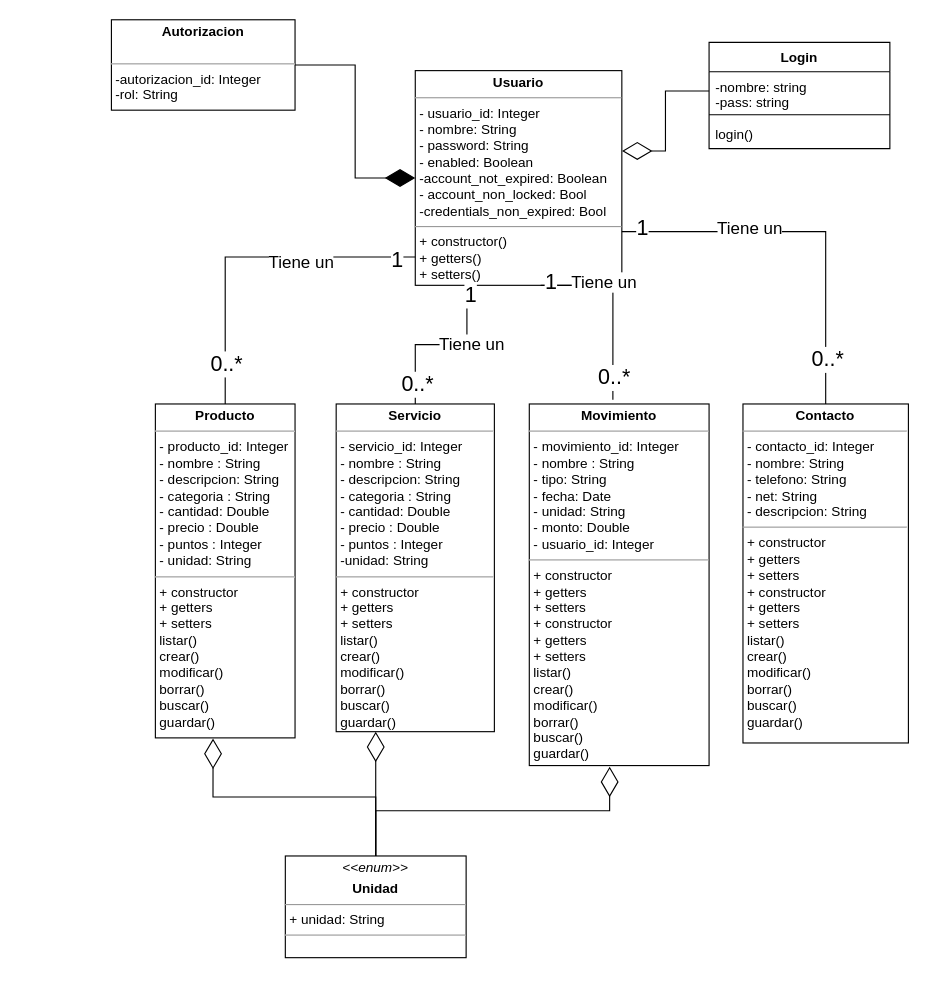
JazminFeliu/APITreeeco keeps this draw.io diagram as page "DETALLE" (2 of 2) of UML TREEECO.drawio. Above is the earlier version. Source tidied: cells renumbered, new cells numbered last; positions are measured from the earlier drawing's top-left corner, leaving out a move shared by most shapes. Both pictures are drawn from the tidied source at 113%, with x=0, y=0 at pixel (111, 19).
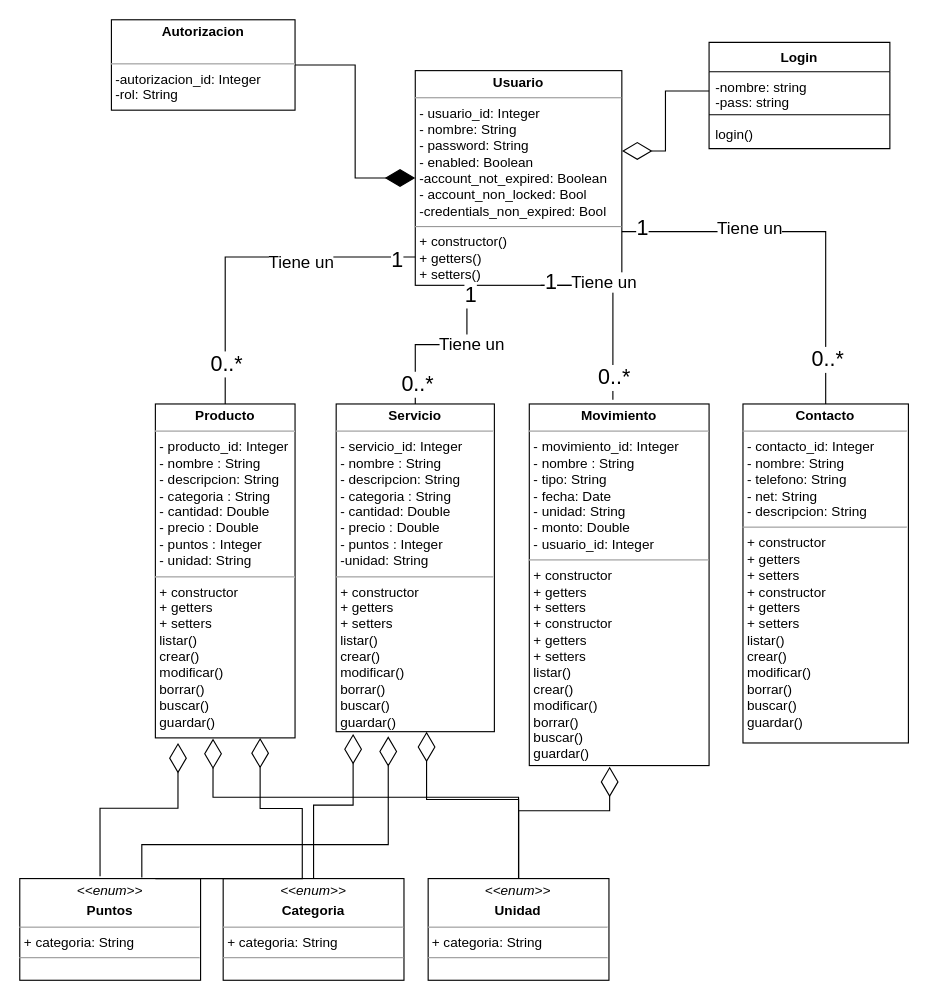
Above is the later version.

Commit message:
Sumo Enums UML TREEECO.drawio

Unchanged cells that the change refers to:
```xml
<mxCell id="4" value="&lt;p style=&quot;margin: 0px ; margin-top: 4px ; text-align: center&quot;&gt;&lt;b&gt;Producto&lt;/b&gt;&lt;/p&gt;&lt;hr size=&quot;1&quot;&gt;&lt;p style=&quot;margin: 0px ; margin-left: 4px&quot;&gt;- producto_id: Integer&lt;/p&gt;&lt;p style=&quot;margin: 0px ; margin-left: 4px&quot;&gt;- nombre : String&lt;/p&gt;&lt;p style=&quot;margin: 0px ; margin-left: 4px&quot;&gt;- descripcion: String&lt;/p&gt;&lt;p style=&quot;margin: 0px ; margin-left: 4px&quot;&gt;- categoria : String&lt;/p&gt;&lt;p style=&quot;margin: 0px ; margin-left: 4px&quot;&gt;-&amp;nbsp;&lt;span&gt;cantidad: Double&lt;/span&gt;&lt;/p&gt;&lt;p style=&quot;margin: 0px ; margin-left: 4px&quot;&gt;- precio : Double&lt;/p&gt;&lt;p style=&quot;margin: 0px ; margin-left: 4px&quot;&gt;- puntos : Integer&lt;br&gt;&lt;/p&gt;&lt;p style=&quot;margin: 0px ; margin-left: 4px&quot;&gt;- unidad: String&lt;/p&gt;&lt;hr size=&quot;1&quot;&gt;&lt;p style=&quot;margin: 0px ; margin-left: 4px&quot;&gt;+ constructor&amp;nbsp;&lt;/p&gt;&lt;p style=&quot;margin: 0px ; margin-left: 4px&quot;&gt;+ getters&lt;/p&gt;&lt;p style=&quot;margin: 0px ; margin-left: 4px&quot;&gt;+ setters&lt;/p&gt;&lt;p style=&quot;margin: 0px ; margin-left: 4px&quot;&gt;&lt;span&gt;listar()&lt;/span&gt;&lt;br&gt;&lt;/p&gt;&lt;p style=&quot;margin: 0px 0px 0px 4px&quot;&gt;crear()&lt;/p&gt;&lt;p style=&quot;margin: 0px 0px 0px 4px&quot;&gt;modificar()&lt;/p&gt;&lt;p style=&quot;margin: 0px 0px 0px 4px&quot;&gt;borrar()&lt;/p&gt;&lt;p style=&quot;margin: 0px 0px 0px 4px&quot;&gt;buscar()&lt;/p&gt;&lt;p style=&quot;margin: 0px 0px 0px 4px&quot;&gt;guardar()&lt;/p&gt;" style="verticalAlign=top;align=left;overflow=fill;fontSize=12;fontFamily=Helvetica;html=1;" parent="1" vertex="1">
  <mxGeometry x="39" y="340" width="123.6" height="295.5" as="geometry" />
</mxCell>
<mxCell id="5" value="&lt;p style=&quot;margin: 0px ; margin-top: 4px ; text-align: center&quot;&gt;&lt;b&gt;Servicio&lt;/b&gt;&lt;/p&gt;&lt;hr size=&quot;1&quot;&gt;&lt;p style=&quot;margin: 0px ; margin-left: 4px&quot;&gt;- servicio_id: Integer&lt;/p&gt;&lt;p style=&quot;margin: 0px ; margin-left: 4px&quot;&gt;- nombre : String&lt;/p&gt;&lt;p style=&quot;margin: 0px ; margin-left: 4px&quot;&gt;- descripcion: String&lt;/p&gt;&lt;p style=&quot;margin: 0px ; margin-left: 4px&quot;&gt;- categoria : String&lt;/p&gt;&lt;p style=&quot;margin: 0px ; margin-left: 4px&quot;&gt;&lt;span&gt;- cantidad: Double&lt;/span&gt;&lt;br&gt;&lt;/p&gt;&lt;p style=&quot;margin: 0px ; margin-left: 4px&quot;&gt;- precio : Doubl&lt;span&gt;e&lt;/span&gt;&lt;/p&gt;&lt;p style=&quot;margin: 0px ; margin-left: 4px&quot;&gt;- puntos : Integer&lt;span&gt;&lt;br&gt;&lt;/span&gt;&lt;/p&gt;&lt;p style=&quot;margin: 0px ; margin-left: 4px&quot;&gt;-unidad: String&lt;/p&gt;&lt;hr size=&quot;1&quot;&gt;&lt;p style=&quot;margin: 0px 0px 0px 4px&quot;&gt;+ constructor&amp;nbsp;&lt;/p&gt;&lt;p style=&quot;margin: 0px 0px 0px 4px&quot;&gt;+ getters&lt;/p&gt;&lt;p style=&quot;margin: 0px 0px 0px 4px&quot;&gt;+ setters&lt;/p&gt;&lt;p style=&quot;margin: 0px 0px 0px 4px&quot;&gt;l&lt;span&gt;istar()&lt;/span&gt;&lt;/p&gt;&lt;p style=&quot;margin: 0px 0px 0px 4px&quot;&gt;crear()&lt;/p&gt;&lt;p style=&quot;margin: 0px 0px 0px 4px&quot;&gt;modificar()&lt;/p&gt;&lt;p style=&quot;margin: 0px 0px 0px 4px&quot;&gt;borrar()&lt;/p&gt;&lt;p style=&quot;margin: 0px 0px 0px 4px&quot;&gt;buscar()&lt;/p&gt;&lt;p style=&quot;margin: 0px 0px 0px 4px&quot;&gt;guardar()&lt;/p&gt;&lt;p style=&quot;margin: 0px ; margin-left: 4px&quot;&gt;&lt;br&gt;&lt;/p&gt;" style="verticalAlign=top;align=left;overflow=fill;fontSize=12;fontFamily=Helvetica;html=1;" parent="1" vertex="1">
  <mxGeometry x="199" y="340" width="140" height="290" as="geometry" />
</mxCell>
<mxCell id="6" value="&lt;p style=&quot;margin: 0px ; margin-top: 4px ; text-align: center&quot;&gt;&lt;b&gt;Movimiento&lt;/b&gt;&lt;/p&gt;&lt;hr size=&quot;1&quot;&gt;&lt;p style=&quot;margin: 0px ; margin-left: 4px&quot;&gt;- movimiento_id: Integer&lt;/p&gt;&lt;p style=&quot;margin: 0px ; margin-left: 4px&quot;&gt;- nombre : String&lt;/p&gt;&lt;p style=&quot;margin: 0px ; margin-left: 4px&quot;&gt;- tipo: String&lt;br&gt;&lt;/p&gt;&lt;p style=&quot;margin: 0px ; margin-left: 4px&quot;&gt;- fecha: Date&lt;/p&gt;&lt;p style=&quot;margin: 0px ; margin-left: 4px&quot;&gt;- unidad: String&lt;/p&gt;&lt;p style=&quot;margin: 0px ; margin-left: 4px&quot;&gt;- monto: Double&lt;/p&gt;&lt;p style=&quot;margin: 0px ; margin-left: 4px&quot;&gt;- usuario_id: Integer&lt;/p&gt;&lt;hr size=&quot;1&quot;&gt;&lt;p style=&quot;margin: 0px ; margin-left: 4px&quot;&gt;+ constructor&amp;nbsp;&lt;/p&gt;&lt;p style=&quot;margin: 0px ; margin-left: 4px&quot;&gt;+ getters&lt;/p&gt;&lt;p style=&quot;margin: 0px ; margin-left: 4px&quot;&gt;+ setters&lt;/p&gt;&lt;p style=&quot;margin: 0px 0px 0px 4px&quot;&gt;+ constructor&amp;nbsp;&lt;/p&gt;&lt;p style=&quot;margin: 0px 0px 0px 4px&quot;&gt;+ getters&lt;/p&gt;&lt;p style=&quot;margin: 0px 0px 0px 4px&quot;&gt;+ setters&lt;/p&gt;&lt;p style=&quot;margin: 0px 0px 0px 4px&quot;&gt;listar()&lt;br&gt;&lt;/p&gt;&lt;p style=&quot;margin: 0px 0px 0px 4px&quot;&gt;crear()&lt;/p&gt;&lt;p style=&quot;margin: 0px 0px 0px 4px&quot;&gt;modificar()&lt;/p&gt;&lt;p style=&quot;margin: 0px 0px 0px 4px&quot;&gt;borrar()&lt;/p&gt;&lt;p style=&quot;margin: 0px 0px 0px 4px&quot;&gt;buscar()&lt;/p&gt;&lt;p style=&quot;margin: 0px 0px 0px 4px&quot;&gt;guardar()&lt;/p&gt;" style="verticalAlign=top;align=left;overflow=fill;fontSize=12;fontFamily=Helvetica;html=1;" parent="1" vertex="1">
  <mxGeometry x="369.9" y="340" width="159.1" height="320" as="geometry" />
</mxCell>
```

The edit, as a diff of the source:
```diff
@@
-    <mxCell id="29" value="&lt;p style=&quot;margin: 0px ; margin-top: 4px ; text-align: center&quot;&gt;&lt;i&gt;&amp;lt;&amp;lt;enum&amp;gt;&amp;gt;&lt;/i&gt;&lt;/p&gt;&lt;p style=&quot;margin: 0px ; margin-top: 4px ; text-align: center&quot;&gt;&lt;b&gt;Unidad&lt;/b&gt;&lt;/p&gt;&lt;hr size=&quot;1&quot;&gt;&lt;p style=&quot;margin: 0px ; margin-left: 4px&quot;&gt;+ unidad: String&lt;/p&gt;&lt;hr size=&quot;1&quot;&gt;&lt;p style=&quot;margin: 0px ; margin-left: 4px&quot;&gt;&lt;br&gt;&lt;/p&gt;" style="verticalAlign=top;align=left;overflow=fill;fontSize=12;fontFamily=Helvetica;html=1;" parent="1" vertex="1">
-      <mxGeometry x="154" y="740" width="160" height="90" as="geometry" />
+    <mxCell id="29" value="&lt;p style=&quot;margin: 0px ; margin-top: 4px ; text-align: center&quot;&gt;&lt;i&gt;&amp;lt;&amp;lt;enum&amp;gt;&amp;gt;&lt;/i&gt;&lt;/p&gt;&lt;p style=&quot;margin: 0px ; margin-top: 4px ; text-align: center&quot;&gt;&lt;b&gt;Unidad&lt;/b&gt;&lt;/p&gt;&lt;hr size=&quot;1&quot;&gt;&lt;p style=&quot;margin: 0px ; margin-left: 4px&quot;&gt;+ categoria: String&lt;/p&gt;&lt;hr size=&quot;1&quot;&gt;&lt;p style=&quot;margin: 0px ; margin-left: 4px&quot;&gt;&lt;br&gt;&lt;/p&gt;" style="verticalAlign=top;align=left;overflow=fill;fontSize=12;fontFamily=Helvetica;html=1;" parent="1" vertex="1">
+      <mxGeometry x="280.4" y="760" width="160" height="90" as="geometry" />
     </mxCell>
@@
-    <mxCell id="31" style="endArrow=diamondThin;endFill=0;endSize=24;html=1;rounded=0;fontSize=15;exitX=0.5;exitY=0;exitDx=0;exitDy=0;" parent="1" edge="1" source="29">
+    <mxCell id="31" style="endArrow=diamondThin;endFill=0;endSize=24;html=1;rounded=0;fontSize=15;exitX=0.5;exitY=0;exitDx=0;exitDy=0;edgeStyle=orthogonalEdgeStyle;" parent="1" edge="1" source="29" target="5">
       <mxGeometry relative="1" as="geometry">
-        <mxPoint x="234" y="630" as="targetPoint" />
+        <Array as="points">
+          <mxPoint x="360" y="690" />
+          <mxPoint x="279" y="690" />
+        </Array>
       </mxGeometry>
     </mxCell>
     <mxCell id="32" style="endArrow=diamondThin;endFill=0;endSize=24;html=1;rounded=0;fontSize=15;exitX=0.5;exitY=0;exitDx=0;exitDy=0;entryX=0.447;entryY=1.003;entryDx=0;entryDy=0;entryPerimeter=0;edgeStyle=orthogonalEdgeStyle;" parent="1" edge="1" source="29" target="6">
       <mxGeometry relative="1" as="geometry">
         <Array as="points">
-          <mxPoint x="234" y="700" />
+          <mxPoint x="360" y="700" />
           <mxPoint x="441" y="700" />
         </Array>
       </mxGeometry>
     </mxCell>
     <mxCell id="33" style="endArrow=diamondThin;endFill=0;endSize=24;html=1;rounded=0;fontSize=15;exitX=0.5;exitY=0;exitDx=0;exitDy=0;entryX=0.413;entryY=1.002;entryDx=0;entryDy=0;entryPerimeter=0;edgeStyle=orthogonalEdgeStyle;" parent="1" edge="1" source="29" target="4">
-      <mxGeometry relative="1" as="geometry" />
+      <mxGeometry relative="1" as="geometry">
+        <Array as="points">
+          <mxPoint x="360" y="688" />
+          <mxPoint x="90" y="688" />
+        </Array>
+      </mxGeometry>
     </mxCell>
+    <mxCell id="34" value="&lt;p style=&quot;margin: 0px ; margin-top: 4px ; text-align: center&quot;&gt;&lt;i&gt;&amp;lt;&amp;lt;enum&amp;gt;&amp;gt;&lt;/i&gt;&lt;/p&gt;&lt;p style=&quot;margin: 0px ; margin-top: 4px ; text-align: center&quot;&gt;&lt;b&gt;Categoria&lt;/b&gt;&lt;/p&gt;&lt;hr size=&quot;1&quot;&gt;&lt;p style=&quot;margin: 0px ; margin-left: 4px&quot;&gt;+ categoria: String&lt;/p&gt;&lt;hr size=&quot;1&quot;&gt;&lt;p style=&quot;margin: 0px ; margin-left: 4px&quot;&gt;&lt;br&gt;&lt;/p&gt;" style="verticalAlign=top;align=left;overflow=fill;fontSize=12;fontFamily=Helvetica;html=1;" parent="1" vertex="1">
+      <mxGeometry x="99" y="760" width="160" height="90" as="geometry" />
+    </mxCell>
+    <mxCell id="35" value="&lt;p style=&quot;margin: 0px ; margin-top: 4px ; text-align: center&quot;&gt;&lt;i&gt;&amp;lt;&amp;lt;enum&amp;gt;&amp;gt;&lt;/i&gt;&lt;/p&gt;&lt;p style=&quot;margin: 0px ; margin-top: 4px ; text-align: center&quot;&gt;&lt;b&gt;Puntos&lt;/b&gt;&lt;/p&gt;&lt;hr size=&quot;1&quot;&gt;&lt;p style=&quot;margin: 0px ; margin-left: 4px&quot;&gt;+ categoria: String&lt;/p&gt;&lt;hr size=&quot;1&quot;&gt;&lt;p style=&quot;margin: 0px ; margin-left: 4px&quot;&gt;&lt;br&gt;&lt;/p&gt;" style="verticalAlign=top;align=left;overflow=fill;fontSize=12;fontFamily=Helvetica;html=1;" parent="1" vertex="1">
+      <mxGeometry x="-81" y="760" width="160" height="90" as="geometry" />
+    </mxCell>
+    <mxCell id="36" style="endArrow=diamondThin;endFill=0;endSize=24;html=1;rounded=0;fontSize=15;exitX=0.444;exitY=-0.022;exitDx=0;exitDy=0;exitPerimeter=0;entryX=0.162;entryY=1.015;entryDx=0;entryDy=0;entryPerimeter=0;edgeStyle=orthogonalEdgeStyle;" parent="1" edge="1" source="35" target="4">
+      <mxGeometry relative="1" as="geometry" />
+    </mxCell>
+    <mxCell id="37" style="endArrow=diamondThin;endFill=0;endSize=24;html=1;rounded=0;fontSize=15;entryX=0.329;entryY=1.014;entryDx=0;entryDy=0;edgeStyle=orthogonalEdgeStyle;entryPerimeter=0;exitX=0.675;exitY=-0.011;exitDx=0;exitDy=0;exitPerimeter=0;" parent="1" edge="1" source="35" target="5">
+      <mxGeometry relative="1" as="geometry">
+        <Array as="points">
+          <mxPoint x="27" y="730" />
+          <mxPoint x="245" y="730" />
+        </Array>
+      </mxGeometry>
+    </mxCell>
+    <mxCell id="38" style="endArrow=diamondThin;endFill=0;endSize=24;html=1;rounded=0;fontSize=15;exitX=0.5;exitY=0;exitDx=0;exitDy=0;entryX=0.107;entryY=1.007;entryDx=0;entryDy=0;entryPerimeter=0;edgeStyle=orthogonalEdgeStyle;" parent="1" edge="1" source="34" target="5">
+      <mxGeometry relative="1" as="geometry" />
+    </mxCell>
+    <mxCell id="39" style="endArrow=diamondThin;endFill=0;endSize=24;html=1;rounded=0;fontSize=15;exitX=0.75;exitY=0;exitDx=0;exitDy=0;entryX=0.75;entryY=1;entryDx=0;entryDy=0;edgeStyle=orthogonalEdgeStyle;" parent="1" edge="1" source="35" target="4">
+      <mxGeometry relative="1" as="geometry">
+        <Array as="points">
+          <mxPoint x="169" y="760" />
+          <mxPoint x="169" y="698" />
+          <mxPoint x="132" y="698" />
+        </Array>
+      </mxGeometry>
+    </mxCell>
```
